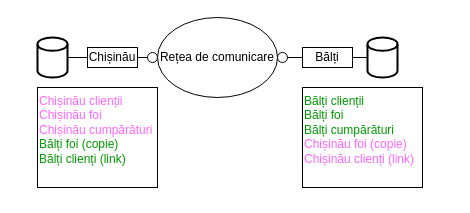
Before: doc/diagram2.drawio in AntonC9018/uni_distributedDatabases, a draw.io diagram. Source tidied: cells renumbered, new cells numbered last; positions are measured from the earlier drawing's top-left corner, leaving out a move shared by most shapes. Both pictures are drawn from the tidied source at 100%, with x=0, y=0 at pixel (37, 17).
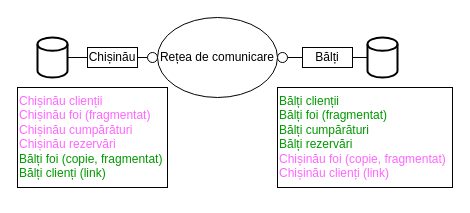
The same diagram, later.

Change to the diagram source:
```diff
@@
 <mxGraphModel>
   <root>
     <mxCell id="0" />
     <mxCell id="1" parent="0" />
     <mxCell id="2" value="Rețea de comunicare" style="ellipse;whiteSpace=wrap;html=1;" parent="1" vertex="1">
       <mxGeometry x="120" width="120" height="80" as="geometry" />
     </mxCell>
     <mxCell id="3" style="endArrow=none;html=1;rounded=0;exitX=1;exitY=0.5;exitDx=0;exitDy=0;" parent="1" edge="1" source="5" target="4">
       <mxGeometry relative="1" as="geometry" />
     </mxCell>
     <mxCell id="4" style="ellipse;whiteSpace=wrap;html=1;" parent="1" vertex="1">
       <mxGeometry x="110" y="35" width="10" height="10" as="geometry" />
     </mxCell>
     <mxCell id="5" value="Chișinău" style="rounded=0;whiteSpace=wrap;html=1;" parent="1" vertex="1">
       <mxGeometry x="50" y="30" width="50" height="20" as="geometry" />
     </mxCell>
     <mxCell id="6" style="strokeWidth=2;html=1;shape=mxgraph.flowchart.database;whiteSpace=wrap;" parent="1" vertex="1">
       <mxGeometry y="20" width="30" height="40" as="geometry" />
     </mxCell>
     <mxCell id="7" style="endArrow=none;html=1;rounded=0;entryX=0;entryY=0.5;entryDx=0;entryDy=0;exitX=1;exitY=0.5;exitDx=0;exitDy=0;exitPerimeter=0;" parent="1" edge="1" source="6" target="5">
       <mxGeometry relative="1" as="geometry" />
     </mxCell>
-    <mxCell id="8" value="&lt;font color=&quot;#ff66ff&quot;&gt;Chișinău clienții&lt;/font&gt;&lt;br&gt;&lt;font color=&quot;#ff66ff&quot;&gt;Chișinău foi&lt;/font&gt;&lt;br&gt;&lt;font color=&quot;#ff66ff&quot;&gt;Chișinău cumpărături&lt;/font&gt;&lt;br&gt;&lt;font color=&quot;#009900&quot;&gt;Bălți foi (copie)&lt;br&gt;Bălți clienți (link)&lt;br&gt;&lt;br&gt;&lt;/font&gt;" style="rounded=0;whiteSpace=wrap;html=1;align=left;verticalAlign=top;" parent="1" vertex="1">
-      <mxGeometry y="70" width="120" height="100" as="geometry" />
+    <mxCell id="8" value="&lt;font color=&quot;#ff66ff&quot;&gt;Chișinău clienții&lt;/font&gt;&lt;br&gt;&lt;font color=&quot;#ff66ff&quot;&gt;Chișinău foi (fragmentat)&lt;/font&gt;&lt;br&gt;&lt;font color=&quot;#ff66ff&quot;&gt;Chișinău cumpărături&lt;br&gt;Chișinău&amp;nbsp;rezervări&lt;/font&gt;&lt;br&gt;&lt;font color=&quot;#009900&quot;&gt;Bălți foi (copie, fragmentat)&lt;br&gt;Bălți clienți (link)&lt;br&gt;&lt;br&gt;&lt;/font&gt;" style="rounded=0;whiteSpace=wrap;html=1;align=left;verticalAlign=top;" parent="1" vertex="1">
+      <mxGeometry x="-20" y="70" width="150" height="100" as="geometry" />
     </mxCell>
-    <mxCell id="9" value="&lt;font color=&quot;#009900&quot;&gt;Bălți clienții&lt;br&gt;Bălți foi&lt;br&gt;Bălți&amp;nbsp;cumpărături&lt;br&gt;&lt;/font&gt;&lt;font color=&quot;#ff66ff&quot;&gt;Chișinău foi (copie)&lt;br&gt;Chișinău clienți (link)&lt;/font&gt;" style="rounded=0;whiteSpace=wrap;html=1;align=left;verticalAlign=top;" parent="1" vertex="1">
-      <mxGeometry x="265" y="70" width="120" height="100" as="geometry" />
+    <mxCell id="9" value="&lt;font color=&quot;#009900&quot;&gt;Bălți clienții&lt;br&gt;Bălți foi (fragmentat)&lt;br&gt;Bălți&amp;nbsp;cumpărături&lt;br&gt;Bălți rezervări&lt;/font&gt;&lt;br style=&quot;border-color: var(--border-color); color: rgb(0, 153, 0);&quot;&gt;&lt;font color=&quot;#ff66ff&quot;&gt;Chișinău foi (copie, fragmentat)&lt;br&gt;Chișinău clienți (link)&lt;/font&gt;" style="rounded=0;whiteSpace=wrap;html=1;align=left;verticalAlign=top;" parent="1" vertex="1">
+      <mxGeometry x="240" y="70" width="175" height="100" as="geometry" />
     </mxCell>
     <mxCell id="10" style="strokeWidth=2;html=1;shape=mxgraph.flowchart.database;whiteSpace=wrap;" parent="1" vertex="1">
       <mxGeometry x="330" y="20" width="30" height="40" as="geometry" />
     </mxCell>
     <mxCell id="11" style="endArrow=none;html=1;rounded=0;entryX=1;entryY=0.5;entryDx=0;entryDy=0;exitX=0;exitY=0.5;exitDx=0;exitDy=0;exitPerimeter=0;" parent="1" edge="1" source="10" target="12">
       <mxGeometry relative="1" as="geometry" />
     </mxCell>
     <mxCell id="12" value="Bălți" style="rounded=0;whiteSpace=wrap;html=1;" parent="1" vertex="1">
       <mxGeometry x="265" y="30" width="50" height="20" as="geometry" />
     </mxCell>
     <mxCell id="13" style="endArrow=none;html=1;rounded=0;exitX=0;exitY=0.5;exitDx=0;exitDy=0;" parent="1" edge="1" source="12" target="14">
       <mxGeometry relative="1" as="geometry" />
     </mxCell>
     <mxCell id="14" style="ellipse;whiteSpace=wrap;html=1;" parent="1" vertex="1">
       <mxGeometry x="240" y="35" width="10" height="10" as="geometry" />
     </mxCell>
   </root>
 </mxGraphModel>
```
